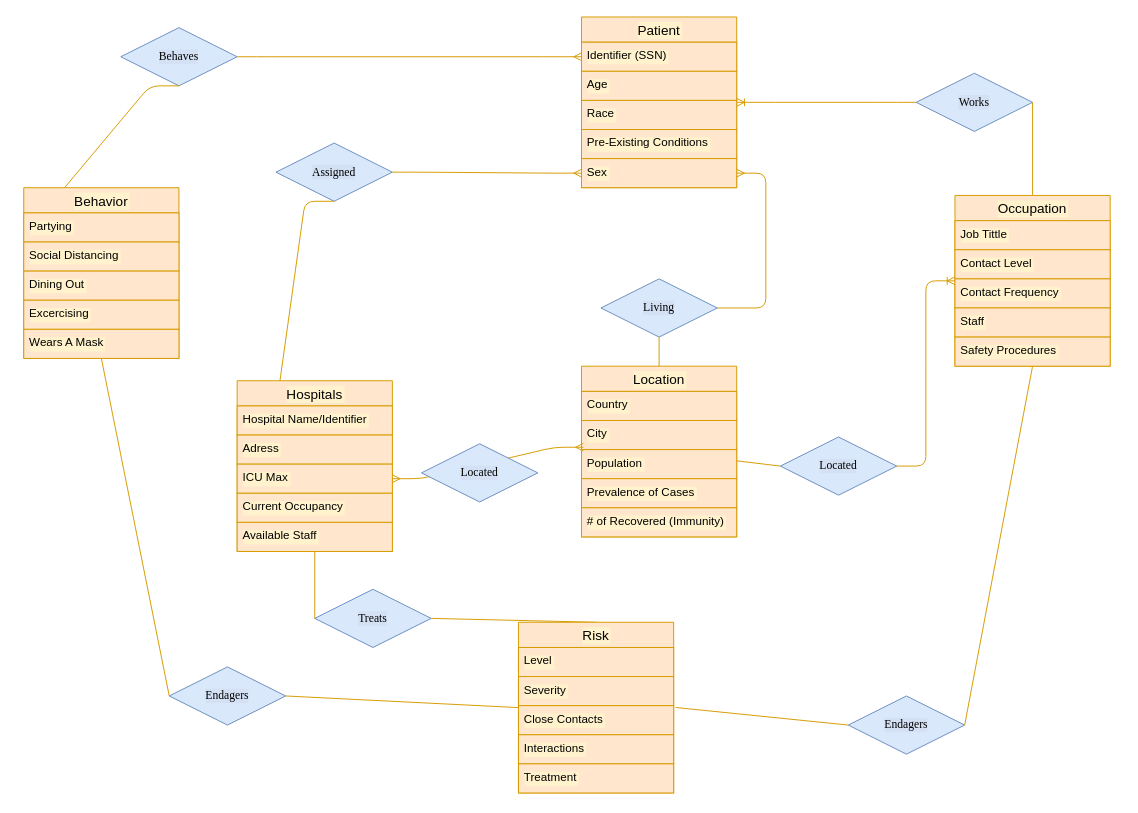
The draw.io diagram Untitled Diagram.drawio in MarshmellowSalad/Sample, before the edit. Source tidied: cells renumbered, new cells numbered last; positions are measured from the earlier drawing's top-left corner, leaving out a move shared by most shapes. Both pictures are drawn from the tidied source at 97%, with x=0, y=0 at pixel (23, 16).
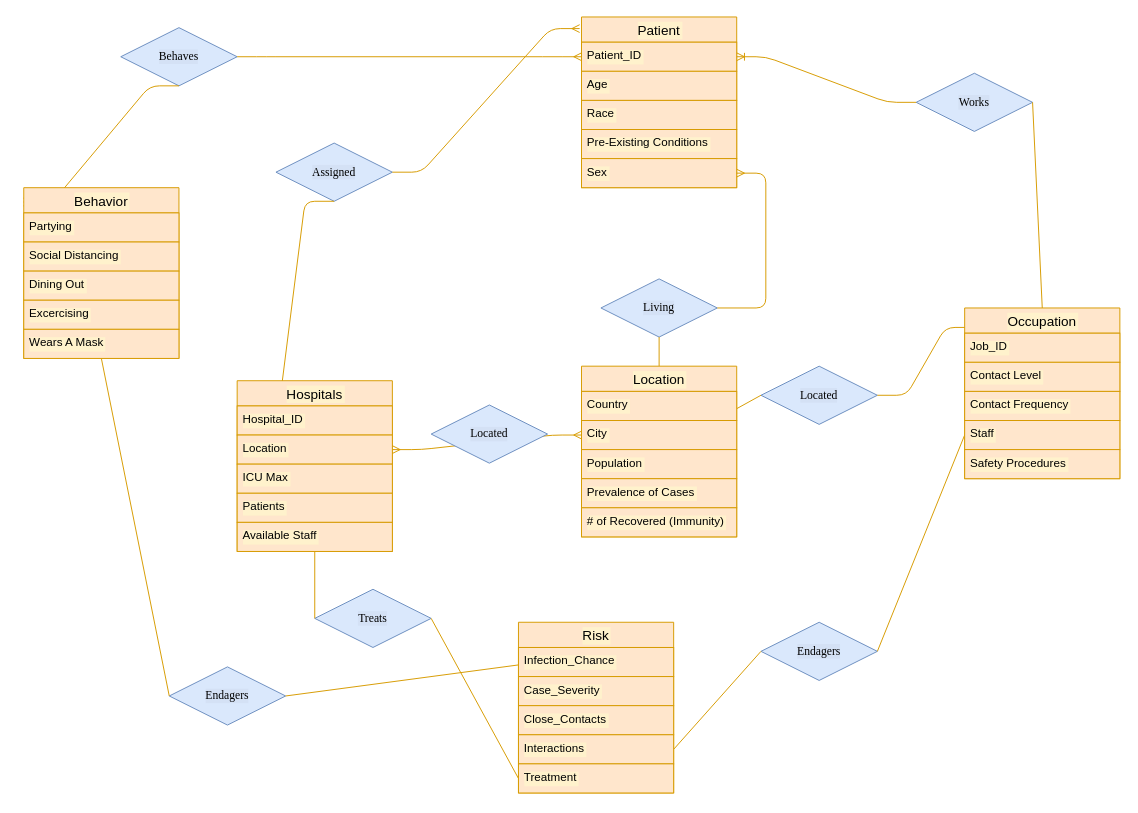
The same page after the edit.

The change refers to these unchanged cells:
```xml
<mxCell id="5" value="Works" style="shape=rhombus;perimeter=rhombusPerimeter;whiteSpace=wrap;html=1;align=center;fontFamily=Times New Roman;labelBackgroundColor=#D4E1F5;fillColor=#dae8fc;strokeColor=#6c8ebf;" parent="1" vertex="1">
  <mxGeometry x="920" y="58" width="120" height="60" as="geometry" />
</mxCell>
<mxCell id="7" value="Patient" style="swimlane;fontStyle=0;horizontal=1;startSize=26;align=center;fontSize=14;labelBackgroundColor=#FFF2CC;fillColor=#ffe6cc;strokeColor=#d79b00;" parent="1" vertex="1">
  <mxGeometry x="575" width="160" height="176" as="geometry" />
</mxCell>
<mxCell id="12" value="Sex" style="text;strokeColor=#d79b00;fillColor=#ffe6cc;spacingLeft=4;spacingRight=4;overflow=hidden;points=[[0,0.5],[1,0.5]];portConstraint=eastwest;fontSize=12;labelBackgroundColor=#FFF2CC;" parent="7" vertex="1">
  <mxGeometry y="146" width="160" height="30" as="geometry" />
</mxCell>
<mxCell id="19" value="Assigned" style="shape=rhombus;perimeter=rhombusPerimeter;whiteSpace=wrap;html=1;align=center;fontFamily=Times New Roman;labelBackgroundColor=#D4E1F5;fillColor=#dae8fc;strokeColor=#6c8ebf;" parent="1" vertex="1">
  <mxGeometry x="260" y="130" width="120" height="60" as="geometry" />
</mxCell>
<mxCell id="31" value="City" style="text;strokeColor=#d79b00;fillColor=#ffe6cc;spacingLeft=4;spacingRight=4;overflow=hidden;points=[[0,0.5],[1,0.5]];portConstraint=eastwest;fontSize=12;labelBackgroundColor=#FFF2CC;" parent="29" vertex="1">
  <mxGeometry y="56" width="160" height="30" as="geometry" />
</mxCell>
<mxCell id="35" value="Hospitals" style="swimlane;fontStyle=0;horizontal=1;startSize=26;align=center;fontSize=14;color=green;labelBackgroundColor=#FFF2CC;fillColor=#ffe6cc;strokeColor=#d79b00;" parent="1" vertex="1">
  <mxGeometry x="220" y="375" width="160" height="176" as="geometry" />
</mxCell>
<mxCell id="38" value="ICU Max" style="text;strokeColor=#d79b00;fillColor=#ffe6cc;spacingLeft=4;spacingRight=4;overflow=hidden;points=[[0,0.5],[1,0.5]];portConstraint=eastwest;fontSize=12;labelBackgroundColor=#FFF2CC;" parent="35" vertex="1">
  <mxGeometry y="86" width="160" height="30" as="geometry" />
</mxCell>
<mxCell id="44" value="Endagers" style="shape=rhombus;perimeter=rhombusPerimeter;whiteSpace=wrap;html=1;align=center;fontFamily=Times New Roman;labelBackgroundColor=#D4E1F5;fillColor=#dae8fc;strokeColor=#6c8ebf;" parent="1" vertex="1">
  <mxGeometry x="150" y="670" width="120" height="60" as="geometry" />
</mxCell>
<mxCell id="49" value="Treats" style="shape=rhombus;perimeter=rhombusPerimeter;whiteSpace=wrap;html=1;align=center;fontFamily=Times New Roman;labelBackgroundColor=#D4E1F5;fillColor=#dae8fc;strokeColor=#6c8ebf;" parent="1" vertex="1">
  <mxGeometry x="300" y="590" width="120" height="60" as="geometry" />
</mxCell>
<mxCell id="58" value="Risk" style="swimlane;fontStyle=0;horizontal=1;startSize=26;align=center;fontSize=14;color=green;labelBackgroundColor=#FFF2CC;fillColor=#ffe6cc;strokeColor=#d79b00;" parent="1" vertex="1">
  <mxGeometry x="510" y="624" width="160" height="176" as="geometry" />
</mxCell>
<mxCell id="62" value="Interactions" style="text;strokeColor=#d79b00;fillColor=#ffe6cc;spacingLeft=4;spacingRight=4;overflow=hidden;points=[[0,0.5],[1,0.5]];portConstraint=eastwest;fontSize=12;labelBackgroundColor=#FFF2CC;" parent="58" vertex="1">
  <mxGeometry y="116" width="160" height="30" as="geometry" />
</mxCell>
<mxCell id="63" value="Treatment" style="text;strokeColor=#d79b00;fillColor=#ffe6cc;spacingLeft=4;spacingRight=4;overflow=hidden;points=[[0,0.5],[1,0.5]];portConstraint=eastwest;fontSize=12;labelBackgroundColor=#FFF2CC;" parent="58" vertex="1">
  <mxGeometry y="146" width="160" height="30" as="geometry" />
</mxCell>
```

The edit, as a diff of the source:
```diff
@@
     <mxCell id="2" value="Located" style="shape=rhombus;perimeter=rhombusPerimeter;whiteSpace=wrap;html=1;align=center;fontFamily=Times New Roman;labelBackgroundColor=#D4E1F5;fillColor=#dae8fc;strokeColor=#6c8ebf;" parent="1" vertex="1">
-      <mxGeometry x="780" y="433" width="120" height="60" as="geometry" />
+      <mxGeometry x="760" y="360" width="120" height="60" as="geometry" />
     </mxCell>
@@
-    <mxCell id="4" style="edgeStyle=entityRelationEdgeStyle;fontSize=12;html=1;endArrow=ERoneToMany;labelBackgroundColor=#FFF2CC;fillColor=#ffe6cc;strokeColor=#d79b00;" parent="1" edge="1" source="2" target="23">
+    <mxCell id="4" style="edgeStyle=entityRelationEdgeStyle;fontSize=12;html=1;endArrow=ERoneToMany;labelBackgroundColor=#FFF2CC;fillColor=#ffe6cc;strokeColor=#d79b00;entryX=0.063;entryY=0.114;entryDx=0;entryDy=0;entryPerimeter=0;" parent="1" edge="1" source="2" target="23">
       <mxGeometry relative="1" as="geometry" />
     </mxCell>
@@
-    <mxCell id="8" value="Identifier (SSN)" style="text;strokeColor=#d79b00;fillColor=#ffe6cc;spacingLeft=4;spacingRight=4;overflow=hidden;points=[[0,0.5],[1,0.5]];portConstraint=eastwest;fontSize=12;labelBackgroundColor=#FFF2CC;" parent="7" vertex="1">
+    <mxCell id="8" value="Patient_ID" style="text;strokeColor=#d79b00;fillColor=#ffe6cc;spacingLeft=4;spacingRight=4;overflow=hidden;points=[[0,0.5],[1,0.5]];portConstraint=eastwest;fontSize=12;labelBackgroundColor=#FFF2CC;" parent="7" vertex="1">
       <mxGeometry y="26" width="160" height="30" as="geometry" />
     </mxCell>
@@
-    <mxCell id="20" style="edgeStyle=entityRelationEdgeStyle;fontSize=12;html=1;endArrow=ERmany;labelBackgroundColor=#FFF2CC;fillColor=#ffe6cc;strokeColor=#d79b00;" parent="1" edge="1" source="19" target="12">
+    <mxCell id="20" style="edgeStyle=entityRelationEdgeStyle;fontSize=12;html=1;endArrow=ERmany;labelBackgroundColor=#FFF2CC;fillColor=#ffe6cc;strokeColor=#d79b00;entryX=-0.012;entryY=0.068;entryDx=0;entryDy=0;entryPerimeter=0;" parent="1" edge="1" source="19" target="7">
       <mxGeometry relative="1" as="geometry" />
     </mxCell>
-    <mxCell id="21" style="edgeStyle=entityRelationEdgeStyle;fontSize=12;html=1;endArrow=ERmany;entryX=0;entryY=0.5;entryDx=0;entryDy=0;exitX=0.5;exitY=1;exitDx=0;exitDy=0;labelBackgroundColor=#FFF2CC;fillColor=#ffe6cc;strokeColor=#d79b00;" parent="1" edge="1" source="19" target="38">
+    <mxCell id="21" style="edgeStyle=entityRelationEdgeStyle;fontSize=12;html=1;endArrow=ERmany;entryX=0;entryY=0.5;entryDx=0;entryDy=0;exitX=0.5;exitY=1;exitDx=0;exitDy=0;labelBackgroundColor=#FFF2CC;fillColor=#ffe6cc;strokeColor=#d79b00;" parent="1" edge="1" source="19" target="39">
       <mxGeometry relative="1" as="geometry" />
     </mxCell>
-    <mxCell id="22" style="edgeStyle=entityRelationEdgeStyle;fontSize=12;html=1;endArrow=ERoneToMany;labelBackgroundColor=#FFF2CC;fillColor=#ffe6cc;strokeColor=#d79b00;" parent="1" edge="1" source="5" target="7">
+    <mxCell id="22" style="edgeStyle=entityRelationEdgeStyle;fontSize=12;html=1;endArrow=ERoneToMany;labelBackgroundColor=#FFF2CC;fillColor=#ffe6cc;strokeColor=#d79b00;" parent="1" edge="1" source="5" target="8">
       <mxGeometry relative="1" as="geometry" />
     </mxCell>
-    <mxCell id="23" value="Occupation" style="swimlane;fontStyle=0;horizontal=1;startSize=26;align=center;fontSize=14;labelBackgroundColor=#FFF2CC;fillColor=#ffe6cc;strokeColor=#d79b00;" parent="1" vertex="1">
-      <mxGeometry x="960" y="184" width="160" height="176" as="geometry" />
-    </mxCell>
-    <mxCell id="24" value="Job Tittle" style="text;strokeColor=#d79b00;fillColor=#ffe6cc;spacingLeft=4;spacingRight=4;overflow=hidden;fontSize=12;labelBackgroundColor=#FFF2CC;" parent="23" vertex="1">
-      <mxGeometry y="26" width="160" height="30" as="geometry" />
-    </mxCell>
-    <mxCell id="25" value="Contact Level" style="text;strokeColor=#d79b00;fillColor=#ffe6cc;spacingLeft=4;spacingRight=4;overflow=hidden;fontSize=12;labelBackgroundColor=#FFF2CC;" parent="23" vertex="1">
-      <mxGeometry y="56" width="160" height="30" as="geometry" />
-    </mxCell>
-    <mxCell id="26" value="Contact Frequency" style="text;strokeColor=#d79b00;fillColor=#ffe6cc;spacingLeft=4;spacingRight=4;overflow=hidden;fontSize=12;labelBackgroundColor=#FFF2CC;" parent="23" vertex="1">
-      <mxGeometry y="86" width="160" height="30" as="geometry" />
-    </mxCell>
-    <mxCell id="27" value="Staff" style="text;strokeColor=#d79b00;fillColor=#ffe6cc;spacingLeft=4;spacingRight=4;overflow=hidden;points=[[0,0.5],[1,0.5]];portConstraint=eastwest;fontSize=12;labelBackgroundColor=#FFF2CC;" parent="23" vertex="1">
-      <mxGeometry y="116" width="160" height="30" as="geometry" />
-    </mxCell>
-    <mxCell id="28" value="Safety Procedures" style="text;strokeColor=#d79b00;fillColor=#ffe6cc;spacingLeft=4;spacingRight=4;overflow=hidden;fontSize=12;labelBackgroundColor=#FFF2CC;" parent="23" vertex="1">
-      <mxGeometry y="146" width="160" height="30" as="geometry" />
-    </mxCell>
@@
-    <mxCell id="36" value="Hospital Name/Identifier" style="text;strokeColor=#d79b00;fillColor=#ffe6cc;spacingLeft=4;spacingRight=4;overflow=hidden;fontSize=12;labelBackgroundColor=#FFF2CC;" parent="35" vertex="1">
+    <mxCell id="36" value="Hospital_ID" style="text;strokeColor=#d79b00;fillColor=#ffe6cc;spacingLeft=4;spacingRight=4;overflow=hidden;fontSize=12;labelBackgroundColor=#FFF2CC;" parent="35" vertex="1">
       <mxGeometry y="26" width="160" height="30" as="geometry" />
     </mxCell>
-    <mxCell id="37" value="Adress" style="text;strokeColor=#d79b00;fillColor=#ffe6cc;spacingLeft=4;spacingRight=4;overflow=hidden;points=[[0,0.5],[1,0.5]];portConstraint=eastwest;fontSize=12;labelBackgroundColor=#FFF2CC;" parent="35" vertex="1">
+    <mxCell id="37" value="Location" style="text;strokeColor=#d79b00;fillColor=#ffe6cc;spacingLeft=4;spacingRight=4;overflow=hidden;points=[[0,0.5],[1,0.5]];portConstraint=eastwest;fontSize=12;labelBackgroundColor=#FFF2CC;" parent="35" vertex="1">
       <mxGeometry y="56" width="160" height="30" as="geometry" />
     </mxCell>
@@
-    <mxCell id="39" value="Current Occupancy" style="text;strokeColor=#d79b00;fillColor=#ffe6cc;spacingLeft=4;spacingRight=4;overflow=hidden;points=[[0,0.5],[1,0.5]];portConstraint=eastwest;fontSize=12;labelBackgroundColor=#FFF2CC;" parent="35" vertex="1">
+    <mxCell id="39" value="Patients" style="text;strokeColor=#d79b00;fillColor=#ffe6cc;spacingLeft=4;spacingRight=4;overflow=hidden;points=[[0,0.5],[1,0.5]];portConstraint=eastwest;fontSize=12;labelBackgroundColor=#FFF2CC;" parent="35" vertex="1">
       <mxGeometry y="116" width="160" height="30" as="geometry" />
     </mxCell>
@@
-    <mxCell id="41" style="edgeStyle=entityRelationEdgeStyle;fontSize=12;html=1;endArrow=ERmany;startArrow=ERmany;exitX=1;exitY=0.5;exitDx=0;exitDy=0;entryX=0.012;entryY=0.919;entryDx=0;entryDy=0;entryPerimeter=0;labelBackgroundColor=#FFF2CC;fillColor=#ffe6cc;strokeColor=#d79b00;" parent="1" edge="1" source="38" target="31">
+    <mxCell id="41" style="edgeStyle=entityRelationEdgeStyle;fontSize=12;html=1;endArrow=ERmany;startArrow=ERmany;exitX=1;exitY=0.5;exitDx=0;exitDy=0;entryX=0;entryY=0.5;entryDx=0;entryDy=0;labelBackgroundColor=#FFF2CC;fillColor=#ffe6cc;strokeColor=#d79b00;" parent="1" edge="1" source="37" target="31">
       <mxGeometry relative="1" as="geometry" />
     </mxCell>
     <mxCell id="42" value="Located" style="shape=rhombus;perimeter=rhombusPerimeter;whiteSpace=wrap;html=1;align=center;fontFamily=Times New Roman;labelBackgroundColor=#D4E1F5;fillColor=#dae8fc;strokeColor=#6c8ebf;" parent="1" vertex="1">
-      <mxGeometry x="410" y="440" width="120" height="60" as="geometry" />
+      <mxGeometry x="420" y="400" width="120" height="60" as="geometry" />
     </mxCell>
     <mxCell id="43" value="Endagers" style="shape=rhombus;perimeter=rhombusPerimeter;whiteSpace=wrap;html=1;align=center;fontFamily=Times New Roman;labelBackgroundColor=#D4E1F5;fillColor=#dae8fc;strokeColor=#6c8ebf;" parent="1" vertex="1">
-      <mxGeometry x="850" y="700" width="120" height="60" as="geometry" />
+      <mxGeometry x="760" y="624" width="120" height="60" as="geometry" />
     </mxCell>
@@
-    <mxCell id="46" style="endArrow=none;html=1;rounded=0;labelBackgroundColor=#FFF2CC;fontFamily=Times New Roman;entryX=0;entryY=0.5;entryDx=0;entryDy=0;exitX=1;exitY=0.5;exitDx=0;exitDy=0;fillColor=#ffe6cc;strokeColor=#d79b00;" parent="1" edge="1" source="44" target="58">
+    <mxCell id="46" style="endArrow=none;html=1;rounded=0;labelBackgroundColor=#FFF2CC;fontFamily=Times New Roman;entryX=0;entryY=0.25;entryDx=0;entryDy=0;exitX=1;exitY=0.5;exitDx=0;exitDy=0;fillColor=#ffe6cc;strokeColor=#d79b00;" parent="1" edge="1" source="44" target="58">
       <mxGeometry relative="1" as="geometry" />
     </mxCell>
-    <mxCell id="47" style="endArrow=none;html=1;rounded=0;labelBackgroundColor=#FFF2CC;fontFamily=Times New Roman;entryX=0;entryY=0.5;entryDx=0;entryDy=0;exitX=1.012;exitY=0.062;exitDx=0;exitDy=0;exitPerimeter=0;fillColor=#ffe6cc;strokeColor=#d79b00;" parent="1" edge="1" source="61" target="43">
+    <mxCell id="47" style="endArrow=none;html=1;rounded=0;labelBackgroundColor=#FFF2CC;fontFamily=Times New Roman;entryX=0;entryY=0.5;entryDx=0;entryDy=0;exitX=1;exitY=0.5;exitDx=0;exitDy=0;fillColor=#ffe6cc;strokeColor=#d79b00;" parent="1" edge="1" source="62" target="43">
       <mxGeometry relative="1" as="geometry" />
     </mxCell>
-    <mxCell id="48" style="endArrow=none;html=1;rounded=0;labelBackgroundColor=#FFF2CC;fontFamily=Times New Roman;exitX=1;exitY=0.5;exitDx=0;exitDy=0;entryX=0.5;entryY=1;entryDx=0;entryDy=0;fillColor=#ffe6cc;strokeColor=#d79b00;" parent="1" edge="1" source="43" target="23">
+    <mxCell id="48" style="endArrow=none;html=1;rounded=0;labelBackgroundColor=#FFF2CC;fontFamily=Times New Roman;exitX=1;exitY=0.5;exitDx=0;exitDy=0;entryX=0;entryY=0.5;entryDx=0;entryDy=0;fillColor=#ffe6cc;strokeColor=#d79b00;" parent="1" edge="1" source="43" target="27">
       <mxGeometry relative="1" as="geometry" />
     </mxCell>
@@
-    <mxCell id="51" style="endArrow=none;html=1;rounded=0;labelBackgroundColor=#FFF2CC;fontFamily=Times New Roman;exitX=1;exitY=0.5;exitDx=0;exitDy=0;entryX=0.5;entryY=0;entryDx=0;entryDy=0;fillColor=#ffe6cc;strokeColor=#d79b00;" parent="1" edge="1" source="49" target="58">
+    <mxCell id="51" style="endArrow=none;html=1;rounded=0;labelBackgroundColor=#FFF2CC;fontFamily=Times New Roman;exitX=1;exitY=0.5;exitDx=0;exitDy=0;entryX=0;entryY=0.5;entryDx=0;entryDy=0;fillColor=#ffe6cc;strokeColor=#d79b00;" parent="1" edge="1" source="49" target="63">
       <mxGeometry relative="1" as="geometry" />
     </mxCell>
@@
-    <mxCell id="59" value="Level" style="text;strokeColor=#d79b00;fillColor=#ffe6cc;spacingLeft=4;spacingRight=4;overflow=hidden;fontSize=12;labelBackgroundColor=#FFF2CC;" parent="58" vertex="1">
+    <mxCell id="59" value="Infection_Chance" style="text;strokeColor=#d79b00;fillColor=#ffe6cc;spacingLeft=4;spacingRight=4;overflow=hidden;fontSize=12;labelBackgroundColor=#FFF2CC;" parent="58" vertex="1">
       <mxGeometry y="26" width="160" height="30" as="geometry" />
     </mxCell>
-    <mxCell id="60" value="Severity" style="text;strokeColor=#d79b00;fillColor=#ffe6cc;spacingLeft=4;spacingRight=4;overflow=hidden;fontSize=12;labelBackgroundColor=#FFF2CC;" parent="58" vertex="1">
+    <mxCell id="60" value="Case_Severity" style="text;strokeColor=#d79b00;fillColor=#ffe6cc;spacingLeft=4;spacingRight=4;overflow=hidden;fontSize=12;labelBackgroundColor=#FFF2CC;" parent="58" vertex="1">
       <mxGeometry y="56" width="160" height="30" as="geometry" />
     </mxCell>
-    <mxCell id="61" value="Close Contacts" style="text;strokeColor=#d79b00;fillColor=#ffe6cc;spacingLeft=4;spacingRight=4;overflow=hidden;points=[[0,0.5],[1,0.5]];portConstraint=eastwest;fontSize=12;labelBackgroundColor=#FFF2CC;" parent="58" vertex="1">
+    <mxCell id="61" value="Close_Contacts" style="text;strokeColor=#d79b00;fillColor=#ffe6cc;spacingLeft=4;spacingRight=4;overflow=hidden;points=[[0,0.5],[1,0.5]];portConstraint=eastwest;fontSize=12;labelBackgroundColor=#FFF2CC;" parent="58" vertex="1">
       <mxGeometry y="86" width="160" height="30" as="geometry" />
     </mxCell>
@@
+    <mxCell id="23" value="Occupation" style="swimlane;fontStyle=0;horizontal=1;startSize=26;align=center;fontSize=14;labelBackgroundColor=#FFF2CC;fillColor=#ffe6cc;strokeColor=#d79b00;" parent="1" vertex="1">
+      <mxGeometry x="970" y="300" width="160" height="176" as="geometry" />
+    </mxCell>
+    <mxCell id="24" value="Job_ID" style="text;strokeColor=#d79b00;fillColor=#ffe6cc;spacingLeft=4;spacingRight=4;overflow=hidden;fontSize=12;labelBackgroundColor=#FFF2CC;" parent="23" vertex="1">
+      <mxGeometry y="26" width="160" height="30" as="geometry" />
+    </mxCell>
+    <mxCell id="25" value="Contact Level" style="text;strokeColor=#d79b00;fillColor=#ffe6cc;spacingLeft=4;spacingRight=4;overflow=hidden;fontSize=12;labelBackgroundColor=#FFF2CC;" parent="23" vertex="1">
+      <mxGeometry y="56" width="160" height="30" as="geometry" />
+    </mxCell>
+    <mxCell id="26" value="Contact Frequency" style="text;strokeColor=#d79b00;fillColor=#ffe6cc;spacingLeft=4;spacingRight=4;overflow=hidden;fontSize=12;labelBackgroundColor=#FFF2CC;" parent="23" vertex="1">
+      <mxGeometry y="86" width="160" height="30" as="geometry" />
+    </mxCell>
+    <mxCell id="27" value="Staff" style="text;strokeColor=#d79b00;fillColor=#ffe6cc;spacingLeft=4;spacingRight=4;overflow=hidden;points=[[0,0.5],[1,0.5]];portConstraint=eastwest;fontSize=12;labelBackgroundColor=#FFF2CC;" parent="23" vertex="1">
+      <mxGeometry y="116" width="160" height="30" as="geometry" />
+    </mxCell>
+    <mxCell id="28" value="Safety Procedures" style="text;strokeColor=#d79b00;fillColor=#ffe6cc;spacingLeft=4;spacingRight=4;overflow=hidden;fontSize=12;labelBackgroundColor=#FFF2CC;" parent="23" vertex="1">
+      <mxGeometry y="146" width="160" height="30" as="geometry" />
+    </mxCell>
```
